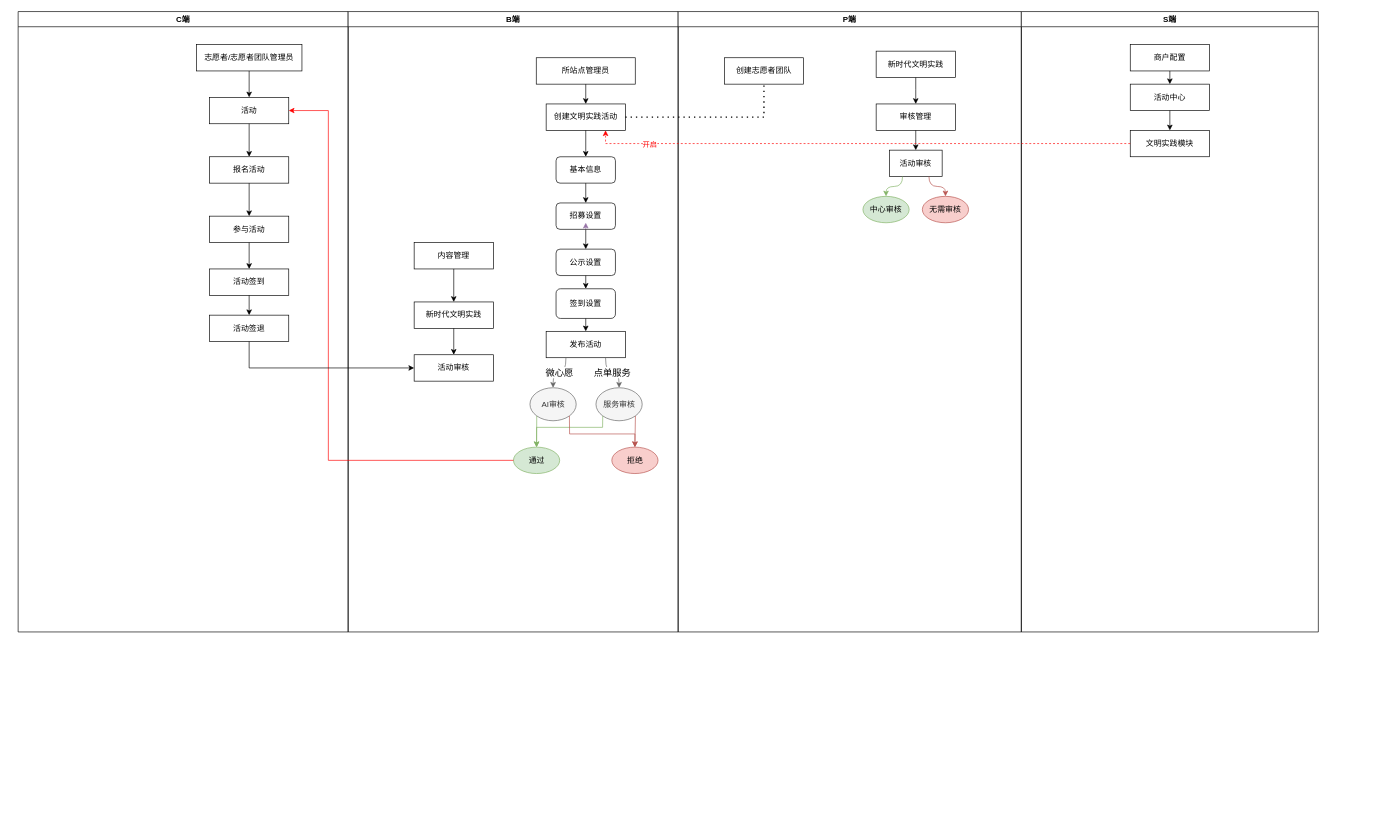
Earlier version of the draw.io diagram 活动.drawio (KZ137onethe/hello-world). Source tidied: cells renumbered, new cells numbered last; positions are measured from the earlier drawing's top-left corner, leaving out a move shared by most shapes. Both pictures are drawn from the tidied source at 66%, with x=0, y=0 at pixel (18, 11).
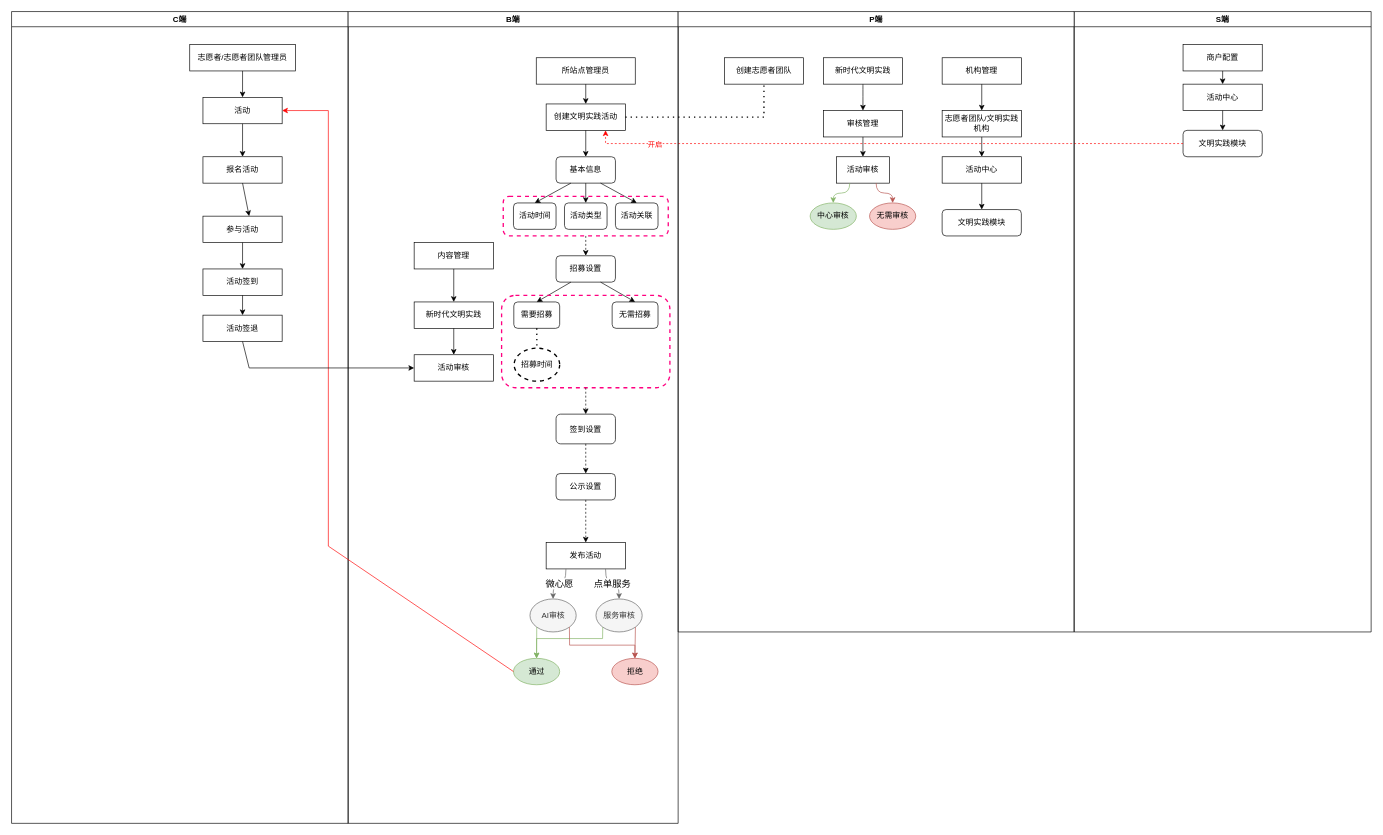
The same page after the edit.

Unchanged cells that the change refers to:
```xml
<mxCell id="3" value="活动" style="rounded=0;whiteSpace=wrap;html=1;" parent="2" vertex="1">
  <mxGeometry x="290" y="130" width="120" height="40" as="geometry" />
</mxCell>
<mxCell id="6" value="报名活动" style="rounded=0;whiteSpace=wrap;html=1;" parent="2" vertex="1">
  <mxGeometry x="290" y="220" width="120" height="40" as="geometry" />
</mxCell>
<mxCell id="10" value="活动签退" style="rounded=0;whiteSpace=wrap;html=1;" parent="2" vertex="1">
  <mxGeometry x="290" y="460" width="120" height="40" as="geometry" />
</mxCell>
<mxCell id="15" value="创建文明实践活动" style="rounded=0;whiteSpace=wrap;html=1;" parent="13" vertex="1">
  <mxGeometry x="300" y="140" width="120" height="40" as="geometry" />
</mxCell>
<mxCell id="17" value="基本信息" style="rounded=1;whiteSpace=wrap;html=1;" parent="13" vertex="1">
  <mxGeometry x="315" y="220" width="90" height="40" as="geometry" />
</mxCell>
<mxCell id="29" value="活动审核" style="rounded=0;whiteSpace=wrap;html=1;" parent="13" vertex="1">
  <mxGeometry x="100" y="520" width="120" height="40" as="geometry" />
</mxCell>
<mxCell id="43" value="创建志愿者团队" style="rounded=0;whiteSpace=wrap;html=1;" parent="42" vertex="1">
  <mxGeometry x="70" y="70" width="120" height="40" as="geometry" />
</mxCell>
```

The edit, as a diff of the source:
```diff
@@
     <mxCell id="2" value="C端" style="swimlane;" parent="1" vertex="1">
-      <mxGeometry width="500" height="940" as="geometry" />
+      <mxGeometry x="-10" width="510" height="1230" as="geometry" />
     </mxCell>
@@
     <mxCell id="13" value="B端" style="swimlane;" parent="1" vertex="1">
-      <mxGeometry x="500" width="500" height="940" as="geometry" />
+      <mxGeometry x="500" width="500" height="1230" as="geometry" />
     </mxCell>
@@
     <mxCell id="18" value="公示设置" style="rounded=1;whiteSpace=wrap;html=1;" parent="13" vertex="1">
-      <mxGeometry x="315" y="360" width="90" height="40" as="geometry" />
+      <mxGeometry x="315" y="700" width="90" height="40" as="geometry" />
     </mxCell>
     <mxCell id="19" value="签到设置" style="rounded=1;whiteSpace=wrap;html=1;" parent="13" vertex="1">
-      <mxGeometry x="315" y="420" width="90" height="45" as="geometry" />
+      <mxGeometry x="315" y="610" width="90" height="45" as="geometry" />
     </mxCell>
@@
-    <mxCell id="21" style="endArrow=classic;html=1;rounded=0;exitX=0.5;exitY=1;exitDx=0;exitDy=0;entryX=0.5;entryY=0;entryDx=0;entryDy=0;" parent="13" edge="1" source="18" target="19">
-      <mxGeometry relative="1" as="geometry" />
-    </mxCell>
     <mxCell id="22" value="发布活动" style="rounded=0;whiteSpace=wrap;html=1;" parent="13" vertex="1">
-      <mxGeometry x="300" y="484.5" width="120" height="40" as="geometry" />
+      <mxGeometry x="300" y="804.5" width="120" height="40" as="geometry" />
     </mxCell>
-    <mxCell id="23" style="endArrow=classic;html=1;rounded=0;exitX=0.5;exitY=1;exitDx=0;exitDy=0;entryX=0.5;entryY=0;entryDx=0;entryDy=0;" parent="13" edge="1" source="19" target="22">
-      <mxGeometry relative="1" as="geometry" />
+    <mxCell id="23" style="endArrow=classic;html=1;rounded=0;exitX=0.5;exitY=1;exitDx=0;exitDy=0;dashed=1;" parent="13" edge="1" source="19">
+      <mxGeometry relative="1" as="geometry">
+        <mxPoint x="360" y="700" as="targetPoint" />
+      </mxGeometry>
     </mxCell>
     <mxCell id="24" value="AI审核" style="ellipse;whiteSpace=wrap;html=1;fillColor=#f5f5f5;fontColor=#333333;strokeColor=#666666;" parent="13" vertex="1">
-      <mxGeometry x="275.5" y="570" width="70" height="50" as="geometry" />
+      <mxGeometry x="275.5" y="890" width="70" height="50" as="geometry" />
     </mxCell>
@@
     <mxCell id="26" value="服务审核" style="ellipse;whiteSpace=wrap;html=1;fillColor=#f5f5f5;fontColor=#333333;strokeColor=#666666;" parent="13" vertex="1">
-      <mxGeometry x="375.5" y="570" width="70" height="50" as="geometry" />
+      <mxGeometry x="375.5" y="890" width="70" height="50" as="geometry" />
     </mxCell>
@@
     <mxCell id="33" value="通过" style="ellipse;whiteSpace=wrap;html=1;fillColor=#d5e8d4;strokeColor=#82b366;" parent="13" vertex="1">
-      <mxGeometry x="250.5" y="660" width="70" height="40" as="geometry" />
+      <mxGeometry x="250.5" y="980" width="70" height="40" as="geometry" />
     </mxCell>
     <mxCell id="34" value="拒绝" style="ellipse;whiteSpace=wrap;html=1;fillColor=#f8cecc;strokeColor=#b85450;" parent="13" vertex="1">
-      <mxGeometry x="399.5" y="660" width="70" height="40" as="geometry" />
+      <mxGeometry x="399.5" y="980" width="70" height="40" as="geometry" />
     </mxCell>
@@
     <mxCell id="36" value="招募设置" style="rounded=1;whiteSpace=wrap;html=1;" parent="13" vertex="1">
-      <mxGeometry x="315" y="290" width="90" height="40" as="geometry" />
+      <mxGeometry x="315" y="370" width="90" height="40" as="geometry" />
     </mxCell>
-    <mxCell id="37" style="endArrow=classic;html=1;rounded=0;exitX=0.5;exitY=1;exitDx=0;exitDy=0;" parent="13" edge="1" source="17" target="36">
-      <mxGeometry relative="1" as="geometry" />
+    <mxCell id="37" style="endArrow=classic;html=1;rounded=0;exitX=0.5;exitY=1;exitDx=0;exitDy=0;" parent="13" edge="1" source="17">
+      <mxGeometry relative="1" as="geometry">
+        <mxPoint x="360" y="290" as="targetPoint" />
+      </mxGeometry>
     </mxCell>
-    <mxCell id="38" style="endArrow=classic;html=1;rounded=0;exitX=0.5;exitY=1;exitDx=0;exitDy=0;entryX=0.5;entryY=0;entryDx=0;entryDy=0;" parent="13" edge="1" source="36" target="18">
-      <mxGeometry relative="1" as="geometry" />
-    </mxCell>
     <mxCell id="39" style="endArrow=classic;html=1;rounded=0;strokeColor=#82b366;exitX=0;exitY=1;exitDx=0;exitDy=0;entryX=0.5;entryY=0;entryDx=0;entryDy=0;fillColor=#d5e8d4;" parent="13" edge="1" source="26" target="33">
       <mxGeometry relative="1" as="geometry">
         <Array as="points">
-          <mxPoint x="385.5" y="630" />
-          <mxPoint x="285.5" y="630" />
+          <mxPoint x="385.5" y="950" />
+          <mxPoint x="285.5" y="950" />
         </Array>
       </mxGeometry>
     </mxCell>
@@
     <mxCell id="41" style="endArrow=classic;html=1;rounded=0;strokeColor=#b85450;exitX=1;exitY=1;exitDx=0;exitDy=0;entryX=0.5;entryY=0;entryDx=0;entryDy=0;fillColor=#f8cecc;" parent="13" edge="1" source="24" target="34">
       <mxGeometry relative="1" as="geometry">
         <Array as="points">
-          <mxPoint x="335.5" y="640" />
-          <mxPoint x="434.5" y="640" />
+          <mxPoint x="335.5" y="960" />
+          <mxPoint x="434.5" y="960" />
         </Array>
       </mxGeometry>
     </mxCell>
+    <mxCell id="66" style="endArrow=classic;html=1;rounded=0;exitX=0.25;exitY=1;exitDx=0;exitDy=0;entryX=0.5;entryY=0;entryDx=0;entryDy=0;" parent="13" edge="1" source="17" target="68">
+      <mxGeometry relative="1" as="geometry" />
+    </mxCell>
+    <mxCell id="67" style="endArrow=classic;html=1;rounded=0;exitX=0.75;exitY=1;exitDx=0;exitDy=0;entryX=0.5;entryY=0;entryDx=0;entryDy=0;" parent="13" edge="1" source="17" target="70">
+      <mxGeometry relative="1" as="geometry" />
+    </mxCell>
+    <mxCell id="68" value="活动时间" style="rounded=1;whiteSpace=wrap;html=1;" parent="13" vertex="1">
+      <mxGeometry x="250.5" y="290" width="64.5" height="40" as="geometry" />
+    </mxCell>
+    <mxCell id="69" value="活动类型" style="rounded=1;whiteSpace=wrap;html=1;" parent="13" vertex="1">
+      <mxGeometry x="327.8" y="290" width="64.5" height="40" as="geometry" />
+    </mxCell>
+    <mxCell id="70" value="活动关联" style="rounded=1;whiteSpace=wrap;html=1;" parent="13" vertex="1">
+      <mxGeometry x="405" y="290" width="64.5" height="40" as="geometry" />
+    </mxCell>
+    <mxCell id="71" style="rounded=1;whiteSpace=wrap;html=1;fillColor=none;strokeWidth=2;dashed=1;strokeColor=#FF0080;" parent="13" vertex="1">
+      <mxGeometry x="235" y="280" width="250" height="60" as="geometry" />
+    </mxCell>
+    <mxCell id="72" style="endArrow=classic;html=1;rounded=0;exitX=0.5;exitY=1;exitDx=0;exitDy=0;entryX=0.5;entryY=0;entryDx=0;entryDy=0;dashed=1;" parent="13" edge="1" source="71" target="36">
+      <mxGeometry relative="1" as="geometry" />
+    </mxCell>
+    <mxCell id="73" value="需要招募" style="rounded=1;whiteSpace=wrap;html=1;strokeColor=#000000;strokeWidth=1;fillColor=default;" parent="13" vertex="1">
+      <mxGeometry x="251" y="440" width="69.5" height="40" as="geometry" />
+    </mxCell>
+    <mxCell id="74" style="endArrow=classic;html=1;rounded=0;exitX=0.25;exitY=1;exitDx=0;exitDy=0;entryX=0.5;entryY=0;entryDx=0;entryDy=0;" parent="13" edge="1" source="36" target="73">
+      <mxGeometry relative="1" as="geometry" />
+    </mxCell>
+    <mxCell id="75" value="无需招募" style="rounded=1;whiteSpace=wrap;html=1;strokeColor=#000000;strokeWidth=1;fillColor=default;" parent="13" vertex="1">
+      <mxGeometry x="400" y="440" width="69.5" height="40" as="geometry" />
+    </mxCell>
+    <mxCell id="76" style="endArrow=classic;html=1;rounded=0;exitX=0.75;exitY=1;exitDx=0;exitDy=0;entryX=0.5;entryY=0;entryDx=0;entryDy=0;" parent="13" edge="1" source="36" target="75">
+      <mxGeometry relative="1" as="geometry" />
+    </mxCell>
+    <mxCell id="77" value="招募时间" style="ellipse;whiteSpace=wrap;html=1;strokeColor=#000000;strokeWidth=2;fillColor=default;dashed=1;" parent="13" vertex="1">
+      <mxGeometry x="251.5" y="510" width="69" height="50" as="geometry" />
+    </mxCell>
+    <mxCell id="78" style="endArrow=none;dashed=1;html=1;dashPattern=1 3;strokeWidth=2;rounded=0;exitX=0.5;exitY=1;exitDx=0;exitDy=0;entryX=0.5;entryY=0;entryDx=0;entryDy=0;" parent="13" edge="1" source="73" target="77">
+      <mxGeometry relative="1" as="geometry" />
+    </mxCell>
+    <mxCell id="79" style="rounded=1;whiteSpace=wrap;html=1;fillColor=none;strokeWidth=2;dashed=1;strokeColor=#FF0080;" parent="13" vertex="1">
+      <mxGeometry x="232.5" y="430" width="255" height="140" as="geometry" />
+    </mxCell>
+    <mxCell id="80" style="endArrow=classic;html=1;rounded=0;exitX=0.5;exitY=1;exitDx=0;exitDy=0;entryX=0.5;entryY=0;entryDx=0;entryDy=0;dashed=1;" parent="13" edge="1" source="79" target="19">
+      <mxGeometry relative="1" as="geometry" />
+    </mxCell>
+    <mxCell id="81" style="endArrow=classic;html=1;rounded=0;dashed=1;exitX=0.5;exitY=1;exitDx=0;exitDy=0;" parent="13" edge="1" source="18" target="22">
+      <mxGeometry relative="1" as="geometry" />
+    </mxCell>
+    <mxCell id="52" style="endArrow=none;dashed=1;html=1;dashPattern=1 3;strokeWidth=2;rounded=0;exitX=1;exitY=0.5;exitDx=0;exitDy=0;entryX=0.5;entryY=1;entryDx=0;entryDy=0;" parent="1" edge="1" source="15">
+      <mxGeometry relative="1" as="geometry">
+        <mxPoint x="1130" y="110" as="targetPoint" />
+        <Array as="points">
+          <mxPoint x="1130" y="160" />
+        </Array>
+      </mxGeometry>
+    </mxCell>
+    <mxCell id="53" style="endArrow=classic;html=1;rounded=0;exitX=0.5;exitY=1;exitDx=0;exitDy=0;edgeStyle=orthogonalEdgeStyle;curved=1;" parent="1" edge="1">
+      <mxGeometry relative="1" as="geometry">
+        <mxPoint x="1280" y="110" as="sourcePoint" />
+        <mxPoint x="1280" y="150" as="targetPoint" />
+      </mxGeometry>
+    </mxCell>
+    <mxCell id="55" style="endArrow=classic;html=1;rounded=0;strokeColor=#FF0000;exitX=0;exitY=0.5;exitDx=0;exitDy=0;entryX=1;entryY=0.5;entryDx=0;entryDy=0;" parent="1" edge="1" source="33" target="3">
+      <mxGeometry relative="1" as="geometry">
+        <Array as="points">
+          <mxPoint x="470" y="810" />
+          <mxPoint x="470" y="150" />
+        </Array>
+      </mxGeometry>
+    </mxCell>
+    <mxCell id="56" style="endArrow=classic;html=1;rounded=0;strokeColor=#000000;exitX=0.5;exitY=1;exitDx=0;exitDy=0;" parent="1" edge="1" source="6">
+      <mxGeometry relative="1" as="geometry">
+        <mxPoint x="350" y="310" as="targetPoint" />
+      </mxGeometry>
+    </mxCell>
+    <mxCell id="57" style="endArrow=classic;html=1;rounded=0;fontSize=14;strokeColor=#000000;exitX=0.5;exitY=1;exitDx=0;exitDy=0;entryX=0;entryY=0.5;entryDx=0;entryDy=0;" parent="1" edge="1" source="10" target="29">
+      <mxGeometry relative="1" as="geometry">
+        <Array as="points">
+          <mxPoint x="350" y="540" />
+        </Array>
+      </mxGeometry>
+    </mxCell>
+    <mxCell id="58" value="S端" style="swimlane;" parent="1" vertex="1">
+      <mxGeometry x="1600" width="450" height="940" as="geometry" />
+    </mxCell>
+    <mxCell id="59" value="商户配置" style="whiteSpace=wrap;html=1;" parent="58" vertex="1">
+      <mxGeometry x="165" y="50" width="120" height="40" as="geometry" />
+    </mxCell>
+    <mxCell id="60" value="活动中心" style="whiteSpace=wrap;html=1;" parent="58" vertex="1">
+      <mxGeometry x="165" y="110" width="120" height="40" as="geometry" />
+    </mxCell>
+    <mxCell id="61" style="endArrow=classic;html=1;rounded=0;exitX=0.5;exitY=1;exitDx=0;exitDy=0;entryX=0.5;entryY=0;entryDx=0;entryDy=0;" parent="58" edge="1" source="59" target="60">
+      <mxGeometry relative="1" as="geometry" />
+    </mxCell>
+    <mxCell id="63" style="endArrow=classic;html=1;rounded=0;exitX=0.5;exitY=1;exitDx=0;exitDy=0;entryX=0.5;entryY=0;entryDx=0;entryDy=0;" parent="58" edge="1" source="60">
+      <mxGeometry relative="1" as="geometry">
+        <mxPoint x="225" y="180" as="targetPoint" />
+      </mxGeometry>
+    </mxCell>
+    <mxCell id="82" value="&lt;span&gt;文明实践模块&lt;/span&gt;" style="rounded=1;whiteSpace=wrap;html=1;" parent="58" vertex="1">
+      <mxGeometry x="165" y="180" width="120" height="40" as="geometry" />
+    </mxCell>
+    <mxCell id="64" style="endArrow=classic;html=1;rounded=0;entryX=0.75;entryY=1;entryDx=0;entryDy=0;dashed=1;strokeColor=#FF0000;exitX=0;exitY=0.5;exitDx=0;exitDy=0;" parent="1" edge="1" source="82" target="15">
+      <mxGeometry relative="1" as="geometry">
+        <Array as="points">
+          <mxPoint x="940" y="200" />
+          <mxPoint x="890" y="200" />
+        </Array>
+      </mxGeometry>
+    </mxCell>
+    <mxCell id="65" value="&lt;font color=&quot;#ff0000&quot;&gt;开启&lt;/font&gt;" style="edgeLabel;html=1;align=center;verticalAlign=middle;" parent="64" vertex="1">
+      <mxGeometry x="0.79" y="1" relative="1" as="geometry" />
+    </mxCell>
     <mxCell id="42" value="P端" style="swimlane;" parent="1" vertex="1">
-      <mxGeometry x="1000" width="520" height="940" as="geometry" />
+      <mxGeometry x="1000" width="600" height="940" as="geometry" />
     </mxCell>
@@
     <mxCell id="44" value="新时代文明实践" style="rounded=0;whiteSpace=wrap;html=1;" parent="42" vertex="1">
-      <mxGeometry x="300" y="60" width="120" height="40" as="geometry" />
+      <mxGeometry x="220" y="70" width="120" height="40" as="geometry" />
     </mxCell>
     <mxCell id="45" value="审核管理" style="rounded=0;whiteSpace=wrap;html=1;" parent="42" vertex="1">
-      <mxGeometry x="300" y="140" width="120" height="40" as="geometry" />
+      <mxGeometry x="220" y="150" width="120" height="40" as="geometry" />
     </mxCell>
     <mxCell id="46" value="活动审核" style="rounded=0;whiteSpace=wrap;html=1;" parent="42" vertex="1">
-      <mxGeometry x="320" y="210" width="80" height="40" as="geometry" />
+      <mxGeometry x="240" y="220" width="80" height="40" as="geometry" />
     </mxCell>
@@
     <mxCell id="48" value="中心审核" style="ellipse;whiteSpace=wrap;html=1;fillColor=#d5e8d4;strokeColor=#82b366;" parent="42" vertex="1">
-      <mxGeometry x="280" y="280" width="70" height="40" as="geometry" />
+      <mxGeometry x="200" y="290" width="70" height="40" as="geometry" />
     </mxCell>
     <mxCell id="49" value="无需审核" style="ellipse;whiteSpace=wrap;html=1;fillColor=#f8cecc;strokeColor=#b85450;" parent="42" vertex="1">
-      <mxGeometry x="370" y="280" width="70" height="40" as="geometry" />
+      <mxGeometry x="290" y="290" width="70" height="40" as="geometry" />
     </mxCell>
@@
-    <mxCell id="52" style="endArrow=none;dashed=1;html=1;dashPattern=1 3;strokeWidth=2;rounded=0;exitX=1;exitY=0.5;exitDx=0;exitDy=0;entryX=0.5;entryY=1;entryDx=0;entryDy=0;" parent="1" edge="1" source="15" target="43">
-      <mxGeometry relative="1" as="geometry">
-        <Array as="points">
-          <mxPoint x="1130" y="160" />
-        </Array>
-      </mxGeometry>
-    </mxCell>
-    <mxCell id="53" style="endArrow=classic;html=1;rounded=0;exitX=0.5;exitY=1;exitDx=0;exitDy=0;edgeStyle=orthogonalEdgeStyle;curved=1;" parent="1" edge="1" source="44">
-      <mxGeometry relative="1" as="geometry">
-        <mxPoint x="1360" y="140" as="targetPoint" />
-      </mxGeometry>
-    </mxCell>
-    <mxCell id="54" style="endArrow=classic;html=1;rounded=0;exitX=0.5;exitY=1;exitDx=0;exitDy=0;fillColor=#e1d5e7;strokeColor=#9673a6;startArrow=none;" parent="1" edge="1" source="36">
-      <mxGeometry relative="1" as="geometry">
-        <mxPoint x="860" y="320" as="targetPoint" />
-      </mxGeometry>
-    </mxCell>
-    <mxCell id="55" style="endArrow=classic;html=1;rounded=0;strokeColor=#FF0000;exitX=0;exitY=0.5;exitDx=0;exitDy=0;entryX=1;entryY=0.5;entryDx=0;entryDy=0;" parent="1" edge="1" source="33" target="3">
-      <mxGeometry relative="1" as="geometry">
-        <Array as="points">
-          <mxPoint x="470" y="680" />
-          <mxPoint x="470" y="150" />
-        </Array>
-      </mxGeometry>
-    </mxCell>
-    <mxCell id="56" style="endArrow=classic;html=1;rounded=0;strokeColor=#000000;exitX=0.5;exitY=1;exitDx=0;exitDy=0;" parent="1" edge="1" source="6">
-      <mxGeometry relative="1" as="geometry">
-        <mxPoint x="350" y="310" as="targetPoint" />
-      </mxGeometry>
-    </mxCell>
-    <mxCell id="57" style="endArrow=classic;html=1;rounded=0;fontSize=14;strokeColor=#000000;exitX=0.5;exitY=1;exitDx=0;exitDy=0;entryX=0;entryY=0.5;entryDx=0;entryDy=0;" parent="1" edge="1" source="10" target="29">
-      <mxGeometry relative="1" as="geometry">
-        <Array as="points">
-          <mxPoint x="350" y="540" />
-        </Array>
-      </mxGeometry>
-    </mxCell>
-    <mxCell id="58" value="S端" style="swimlane;" parent="1" vertex="1">
-      <mxGeometry x="1520" width="450" height="940" as="geometry" />
-    </mxCell>
-    <mxCell id="59" value="商户配置" style="whiteSpace=wrap;html=1;" parent="58" vertex="1">
-      <mxGeometry x="165" y="50" width="120" height="40" as="geometry" />
-    </mxCell>
-    <mxCell id="60" value="活动中心" style="whiteSpace=wrap;html=1;" parent="58" vertex="1">
-      <mxGeometry x="165" y="110" width="120" height="40" as="geometry" />
-    </mxCell>
-    <mxCell id="61" style="endArrow=classic;html=1;rounded=0;exitX=0.5;exitY=1;exitDx=0;exitDy=0;entryX=0.5;entryY=0;entryDx=0;entryDy=0;" parent="58" edge="1" source="59" target="60">
-      <mxGeometry relative="1" as="geometry" />
-    </mxCell>
-    <mxCell id="62" value="文明实践模块" style="whiteSpace=wrap;html=1;" parent="58" vertex="1">
-      <mxGeometry x="165" y="180" width="120" height="40" as="geometry" />
-    </mxCell>
-    <mxCell id="63" style="endArrow=classic;html=1;rounded=0;exitX=0.5;exitY=1;exitDx=0;exitDy=0;entryX=0.5;entryY=0;entryDx=0;entryDy=0;" parent="58" edge="1" source="60" target="62">
-      <mxGeometry relative="1" as="geometry" />
-    </mxCell>
-    <mxCell id="64" style="endArrow=classic;html=1;rounded=0;exitX=0;exitY=0.5;exitDx=0;exitDy=0;entryX=0.75;entryY=1;entryDx=0;entryDy=0;dashed=1;strokeColor=#FF0000;" parent="1" edge="1" source="62" target="15">
-      <mxGeometry relative="1" as="geometry">
-        <Array as="points">
-          <mxPoint x="940" y="200" />
-          <mxPoint x="890" y="200" />
-        </Array>
-      </mxGeometry>
-    </mxCell>
-    <mxCell id="65" value="&lt;font color=&quot;#ff0000&quot;&gt;开启&lt;/font&gt;" style="edgeLabel;html=1;align=center;verticalAlign=middle;" parent="64" vertex="1">
-      <mxGeometry x="0.79" y="1" relative="1" as="geometry" />
-    </mxCell>
+    <mxCell id="83" value="机构管理" style="rounded=0;whiteSpace=wrap;html=1;" parent="42" vertex="1">
+      <mxGeometry x="400" y="70" width="120" height="40" as="geometry" />
+    </mxCell>
+    <mxCell id="84" value="志愿者团队/文明实践机构" style="rounded=0;whiteSpace=wrap;html=1;" parent="42" vertex="1">
+      <mxGeometry x="400" y="150" width="120" height="40" as="geometry" />
+    </mxCell>
+    <mxCell id="85" style="endArrow=classic;html=1;rounded=0;exitX=0.5;exitY=1;exitDx=0;exitDy=0;entryX=0.5;entryY=0;entryDx=0;entryDy=0;" parent="42" edge="1" source="83" target="84">
+      <mxGeometry relative="1" as="geometry" />
+    </mxCell>
+    <mxCell id="86" value="活动中心" style="rounded=0;whiteSpace=wrap;html=1;" parent="42" vertex="1">
+      <mxGeometry x="400" y="220" width="120" height="40" as="geometry" />
+    </mxCell>
+    <mxCell id="87" style="endArrow=classic;html=1;rounded=0;exitX=0.5;exitY=1;exitDx=0;exitDy=0;" parent="42" edge="1" source="84" target="86">
+      <mxGeometry relative="1" as="geometry" />
+    </mxCell>
+    <mxCell id="88" style="endArrow=classic;html=1;rounded=0;exitX=0.5;exitY=1;exitDx=0;exitDy=0;entryX=0.5;entryY=0;entryDx=0;entryDy=0;" parent="42" edge="1" source="86" target="89">
+      <mxGeometry relative="1" as="geometry" />
+    </mxCell>
+    <mxCell id="89" value="&lt;span&gt;文明实践模块&lt;/span&gt;" style="rounded=1;whiteSpace=wrap;html=1;" parent="42" vertex="1">
+      <mxGeometry x="400" y="300" width="120" height="40" as="geometry" />
+    </mxCell>
```
